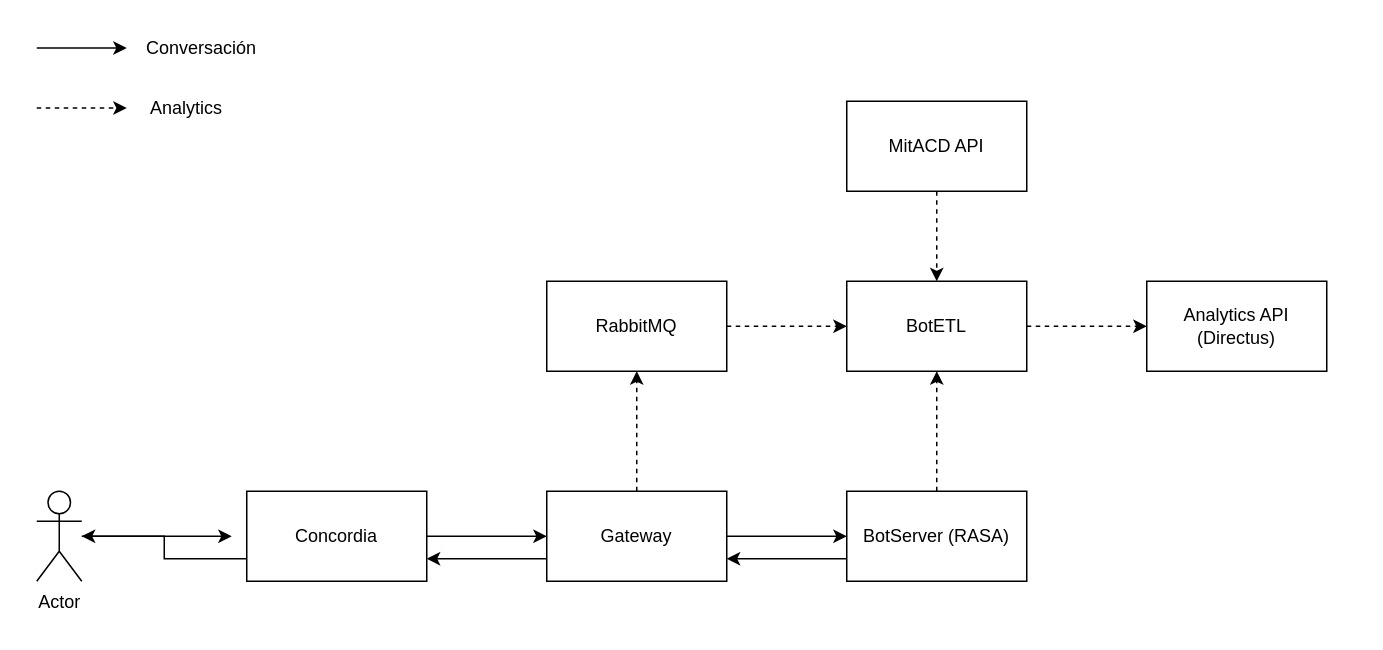
This is Untitled Diagram.drawio from aditzend/analytics-nlp, a draw.io file, before an edit. Source tidied: cells renumbered, new cells numbered last; positions are measured from the earlier drawing's top-left corner, leaving out a move shared by most shapes. Both pictures are drawn from the tidied source at 150%, with x=0, y=0 at pixel (36, 26).
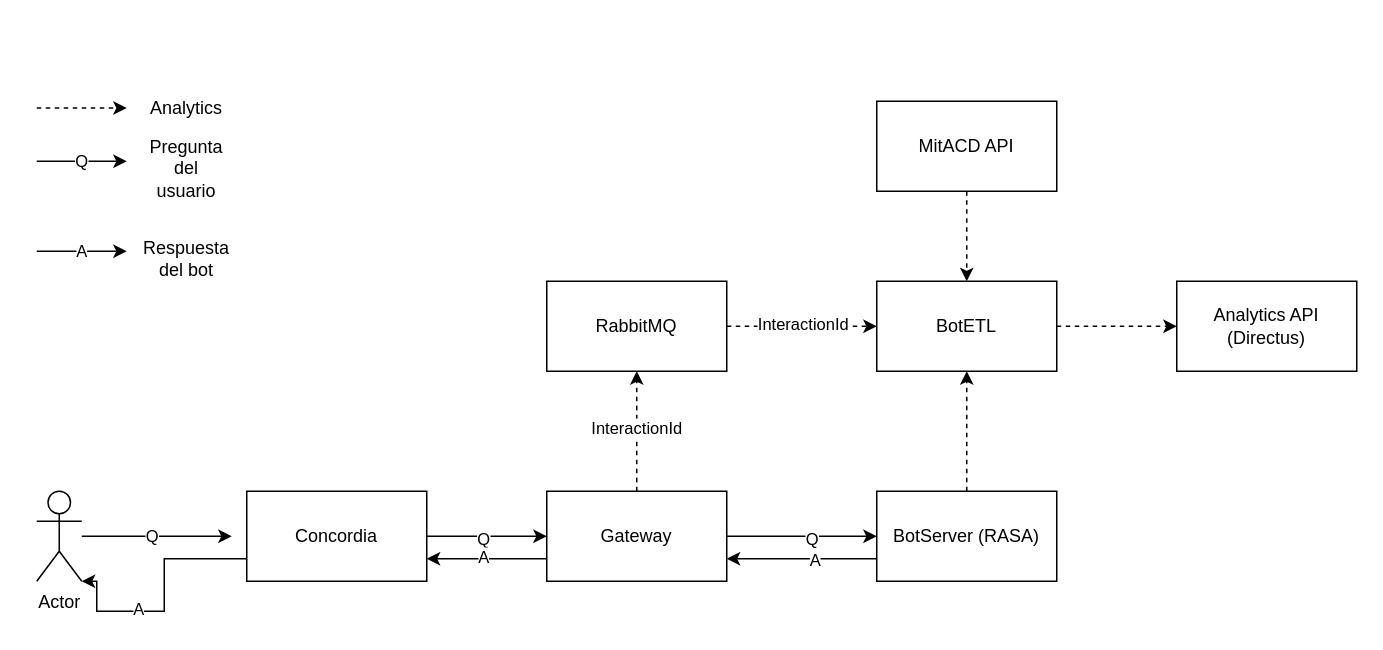
The same diagram, later.

The change refers to these unchanged cells:
```xml
<mxCell id="2" style="edgeStyle=orthogonalEdgeStyle;rounded=0;jettySize=auto;html=1;" parent="1" edge="1" source="3">
  <mxGeometry relative="1" as="geometry">
    <mxPoint x="130" y="340" as="targetPoint" />
  </mxGeometry>
</mxCell>
<mxCell id="3" value="Actor" style="shape=umlActor;verticalLabelPosition=bottom;verticalAlign=top;html=1;outlineConnect=0;" parent="1" vertex="1">
  <mxGeometry y="310" width="30" height="60" as="geometry" />
</mxCell>
<mxCell id="4" style="edgeStyle=orthogonalEdgeStyle;rounded=0;jettySize=auto;html=1;" parent="1" edge="1" source="6" target="10">
  <mxGeometry relative="1" as="geometry" />
</mxCell>
<mxCell id="6" value="Concordia" style="rounded=0;whiteSpace=wrap;html=1;" parent="1" vertex="1">
  <mxGeometry x="140" y="310" width="120" height="60" as="geometry" />
</mxCell>
<mxCell id="7" style="edgeStyle=orthogonalEdgeStyle;rounded=0;jettySize=auto;html=1;dashed=1;" parent="1" edge="1" source="10" target="12">
  <mxGeometry relative="1" as="geometry" />
</mxCell>
<mxCell id="8" style="edgeStyle=orthogonalEdgeStyle;rounded=0;jettySize=auto;html=1;" parent="1" edge="1" source="10" target="15">
  <mxGeometry relative="1" as="geometry" />
</mxCell>
<mxCell id="9" style="edgeStyle=orthogonalEdgeStyle;rounded=0;jettySize=auto;html=1;exitX=0;exitY=0.75;exitDx=0;exitDy=0;entryX=1;entryY=0.75;entryDx=0;entryDy=0;" parent="1" edge="1" source="10" target="6">
  <mxGeometry relative="1" as="geometry" />
</mxCell>
<mxCell id="11" style="edgeStyle=orthogonalEdgeStyle;rounded=0;jettySize=auto;html=1;dashed=1;" parent="1" edge="1" source="12" target="17">
  <mxGeometry relative="1" as="geometry" />
</mxCell>
<mxCell id="14" style="edgeStyle=orthogonalEdgeStyle;rounded=0;jettySize=auto;html=1;exitX=0;exitY=0.75;exitDx=0;exitDy=0;entryX=1;entryY=0.75;entryDx=0;entryDy=0;" parent="1" edge="1" source="15" target="10">
  <mxGeometry relative="1" as="geometry" />
</mxCell>
```

Diff of the diagram source:
```diff
@@
+    <mxCell id="25" value="Q" style="edgeLabel;html=1;align=center;verticalAlign=middle;" parent="2" vertex="1">
+      <mxGeometry x="-0.08" y="2" relative="1" as="geometry">
+        <mxPoint y="1" as="offset" />
+      </mxGeometry>
+    </mxCell>
@@
+    <mxCell id="26" value="Q" style="edgeLabel;html=1;align=center;verticalAlign=middle;" parent="4" vertex="1">
+      <mxGeometry x="-0.07" relative="1" as="geometry">
+        <mxPoint y="1" as="offset" />
+      </mxGeometry>
+    </mxCell>
-    <mxCell id="5" style="edgeStyle=orthogonalEdgeStyle;rounded=0;jettySize=auto;html=1;exitX=0;exitY=0.75;exitDx=0;exitDy=0;" parent="1" edge="1" source="6" target="3">
-      <mxGeometry relative="1" as="geometry" />
+    <mxCell id="5" style="edgeStyle=orthogonalEdgeStyle;rounded=0;jettySize=auto;html=1;exitX=0;exitY=0.75;exitDx=0;exitDy=0;entryX=1;entryY=1;entryDx=0;entryDy=0;entryPerimeter=0;" parent="1" edge="1" source="6" target="3">
+      <mxGeometry relative="1" as="geometry">
+        <Array as="points">
+          <mxPoint x="85" y="355" />
+          <mxPoint x="85" y="390" />
+          <mxPoint x="40" y="390" />
+          <mxPoint x="40" y="370" />
+        </Array>
+      </mxGeometry>
     </mxCell>
+    <mxCell id="27" value="A" style="edgeLabel;html=1;align=center;verticalAlign=middle;" parent="5" vertex="1">
+      <mxGeometry x="0.31" y="-2" relative="1" as="geometry" />
+    </mxCell>
@@
+    <mxCell id="28" value="InteractionId" style="edgeLabel;html=1;align=center;verticalAlign=middle;" parent="7" vertex="1">
+      <mxGeometry x="0.11" y="1" relative="1" as="geometry">
+        <mxPoint y="1" as="offset" />
+      </mxGeometry>
+    </mxCell>
@@
+    <mxCell id="29" value="Q" style="edgeLabel;html=1;align=center;verticalAlign=middle;" parent="8" vertex="1">
+      <mxGeometry x="0.12" relative="1" as="geometry">
+        <mxPoint y="1" as="offset" />
+      </mxGeometry>
+    </mxCell>
@@
+    <mxCell id="30" value="A" style="edgeLabel;html=1;align=center;verticalAlign=middle;" parent="9" vertex="1">
+      <mxGeometry x="0.07" y="-2" relative="1" as="geometry" />
+    </mxCell>
@@
+    <mxCell id="31" value="InteractionId" style="edgeLabel;html=1;align=center;verticalAlign=middle;" parent="11" vertex="1">
+      <mxGeometry y="3" relative="1" as="geometry">
+        <mxPoint y="1" as="offset" />
+      </mxGeometry>
+    </mxCell>
@@
+    <mxCell id="32" value="A" style="edgeLabel;html=1;align=center;verticalAlign=middle;" parent="14" vertex="1">
+      <mxGeometry x="-0.17" relative="1" as="geometry" />
+    </mxCell>
     <mxCell id="15" value="BotServer (RASA)" style="rounded=0;whiteSpace=wrap;html=1;" parent="1" vertex="1">
-      <mxGeometry x="540" y="310" width="120" height="60" as="geometry" />
+      <mxGeometry x="560" y="310" width="120" height="60" as="geometry" />
     </mxCell>
@@
     <mxCell id="17" value="BotETL" style="rounded=0;whiteSpace=wrap;html=1;" parent="1" vertex="1">
-      <mxGeometry x="540" y="170" width="120" height="60" as="geometry" />
+      <mxGeometry x="560" y="170" width="120" height="60" as="geometry" />
     </mxCell>
@@
-    <mxCell id="19" style="endArrow=classic;html=1;rounded=0;" parent="1" edge="1">
-      <mxGeometry relative="1" as="geometry">
-        <mxPoint y="14.5" as="sourcePoint" />
-        <mxPoint x="60" y="14.5" as="targetPoint" />
-      </mxGeometry>
-    </mxCell>
-    <mxCell id="20" value="Conversación" style="text;html=1;strokeColor=none;fillColor=none;align=center;verticalAlign=middle;whiteSpace=wrap;rounded=0;" parent="1" vertex="1">
-      <mxGeometry x="80" width="60" height="30" as="geometry" />
-    </mxCell>
@@
     <mxCell id="23" value="MitACD API" style="rounded=0;whiteSpace=wrap;html=1;" parent="1" vertex="1">
-      <mxGeometry x="540" y="50" width="120" height="60" as="geometry" />
+      <mxGeometry x="560" y="50" width="120" height="60" as="geometry" />
     </mxCell>
     <mxCell id="24" value="Analytics API (Directus)" style="rounded=0;whiteSpace=wrap;html=1;" parent="1" vertex="1">
-      <mxGeometry x="740" y="170" width="120" height="60" as="geometry" />
+      <mxGeometry x="760" y="170" width="120" height="60" as="geometry" />
     </mxCell>
+    <mxCell id="33" value="Q" style="endArrow=classic;html=1;rounded=0;" parent="1" edge="1">
+      <mxGeometry relative="1" as="geometry">
+        <mxPoint y="90" as="sourcePoint" />
+        <mxPoint x="60" y="90" as="targetPoint" />
+      </mxGeometry>
+    </mxCell>
+    <mxCell id="34" value="Pregunta del usuario" style="text;html=1;strokeColor=none;fillColor=none;align=center;verticalAlign=middle;whiteSpace=wrap;rounded=0;" parent="1" vertex="1">
+      <mxGeometry x="70" y="80" width="60" height="30" as="geometry" />
+    </mxCell>
+    <mxCell id="35" value="A" style="endArrow=classic;html=1;rounded=0;" parent="1" edge="1">
+      <mxGeometry relative="1" as="geometry">
+        <mxPoint y="150" as="sourcePoint" />
+        <mxPoint x="60" y="150" as="targetPoint" />
+      </mxGeometry>
+    </mxCell>
+    <mxCell id="36" value="Respuesta del bot" style="text;html=1;strokeColor=none;fillColor=none;align=center;verticalAlign=middle;whiteSpace=wrap;rounded=0;" parent="1" vertex="1">
+      <mxGeometry x="70" y="140" width="60" height="30" as="geometry" />
+    </mxCell>
```
